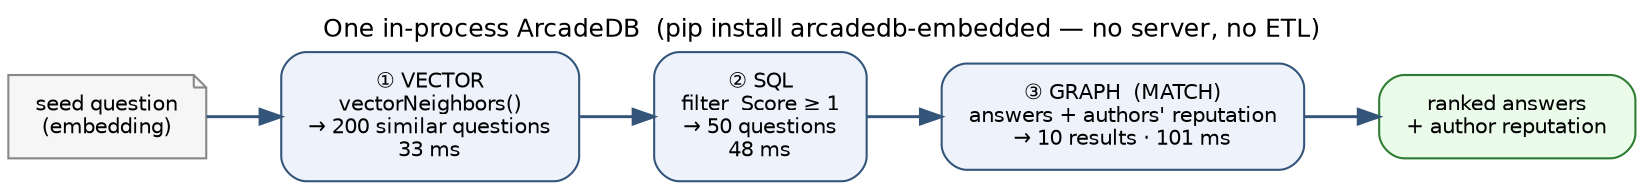
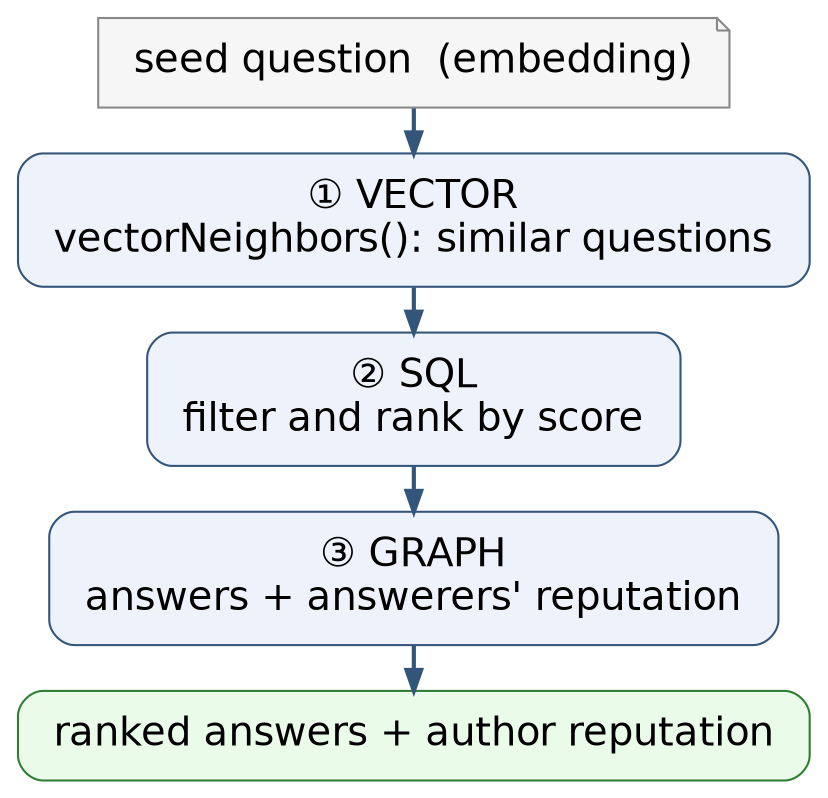
digraph hybrid {
-   rankdir=LR;
-   graph [fontname="Helvetica", fontsize=12,
-          label="One in-process ArcadeDB  (pip install arcadedb-embedded — no server, no ETL)",
-          labelloc=t];
-   node [shape=box, style="rounded,filled", fontname="Helvetica", fontsize=10,
-         fillcolor="#eef3fb", color="#33557a", margin="0.18,0.12"];
-   edge [fontname="Helvetica", fontsize=9, color="#33557a", penwidth=1.4];
+   rankdir=TB;
+   graph [fontname="Helvetica", margin=0, pad="0.12", ranksep="0.30", nodesep="0.25"];
+   node [shape=box, style="rounded,filled", fontname="Helvetica", fontsize=19,
+         fillcolor="#eef3fb", color="#33557a", margin="0.24,0.15"];
+   edge [fontname="Helvetica", fontsize=15, color="#33557a", penwidth=2.0];

-   q [label="seed question\n(embedding)", shape=note, fillcolor="#f6f6f6", color="#888888"];
-   v [label="① VECTOR\nvectorNeighbors()\n→ 200 similar questions\n33 ms"];
-   s [label="② SQL\nfilter  Score ≥ 1\n→ 50 questions\n48 ms"];
-   g [label="③ GRAPH  (MATCH)\nanswers + authors' reputation\n→ 10 results · 101 ms"];
-   r [label="ranked answers\n+ author reputation", fillcolor="#eafbea", color="#2e7d32"];
+   q [label="seed question  (embedding)", shape=note, fillcolor="#f6f6f6", color="#888888"];
+   v [label="① VECTOR\nvectorNeighbors(): similar questions"];
+   s [label="② SQL\nfilter and rank by score"];
+   g [label="③ GRAPH\nanswers + answerers' reputation"];
+   r [label="ranked answers + author reputation", fillcolor="#eafbea", color="#2e7d32"];

  q -> v -> s -> g -> r;
}
